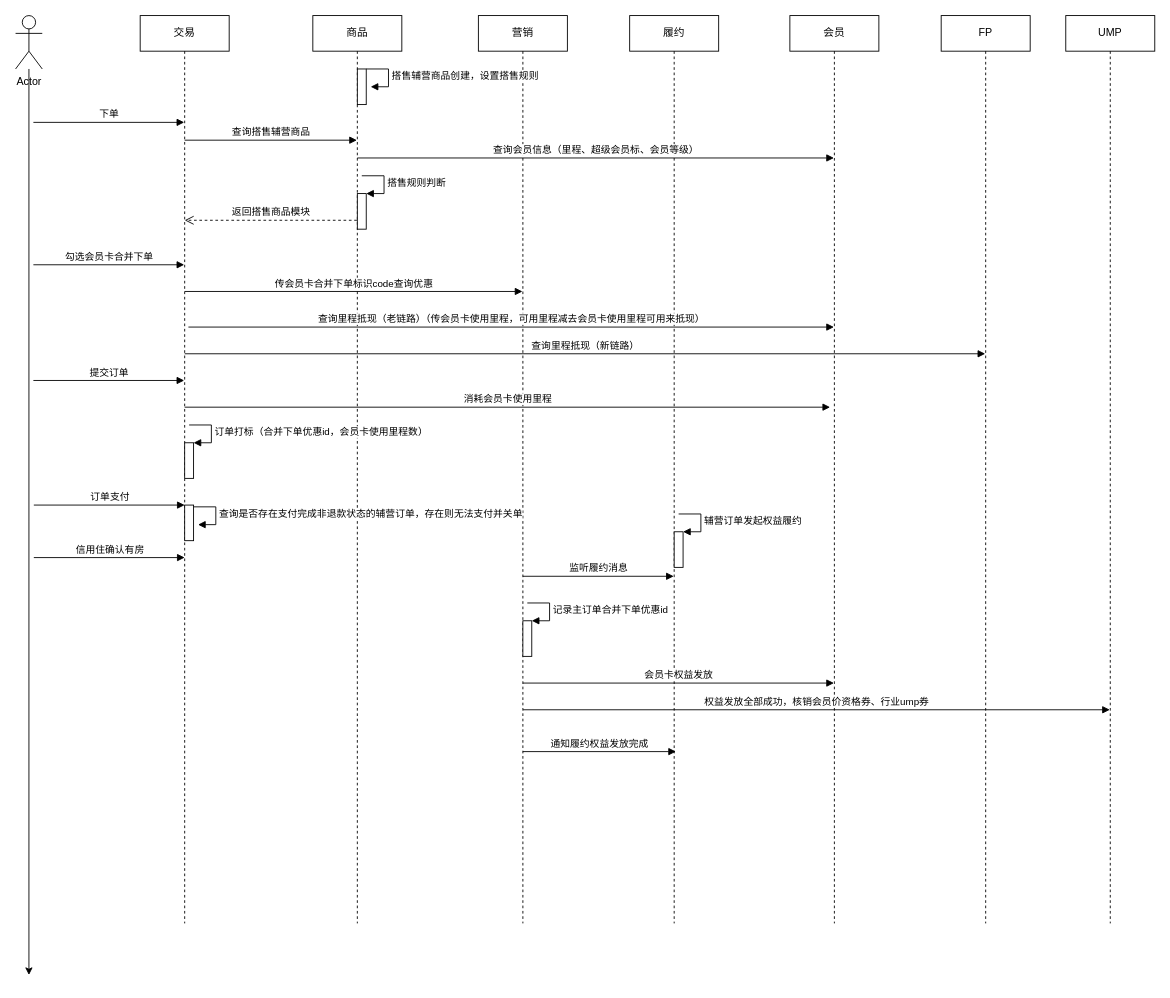
The draw.io diagram page "搭售正向流程" (6 of 8) of 付费权益.drawio in renqiuming/drawio, before the edit. Source tidied: cells renumbered, new cells numbered last; positions are measured from the earlier drawing's top-left corner, leaving out a move shared by most shapes. Both pictures are drawn from the tidied source at 89%, with x=0, y=0 at pixel (15, 15).
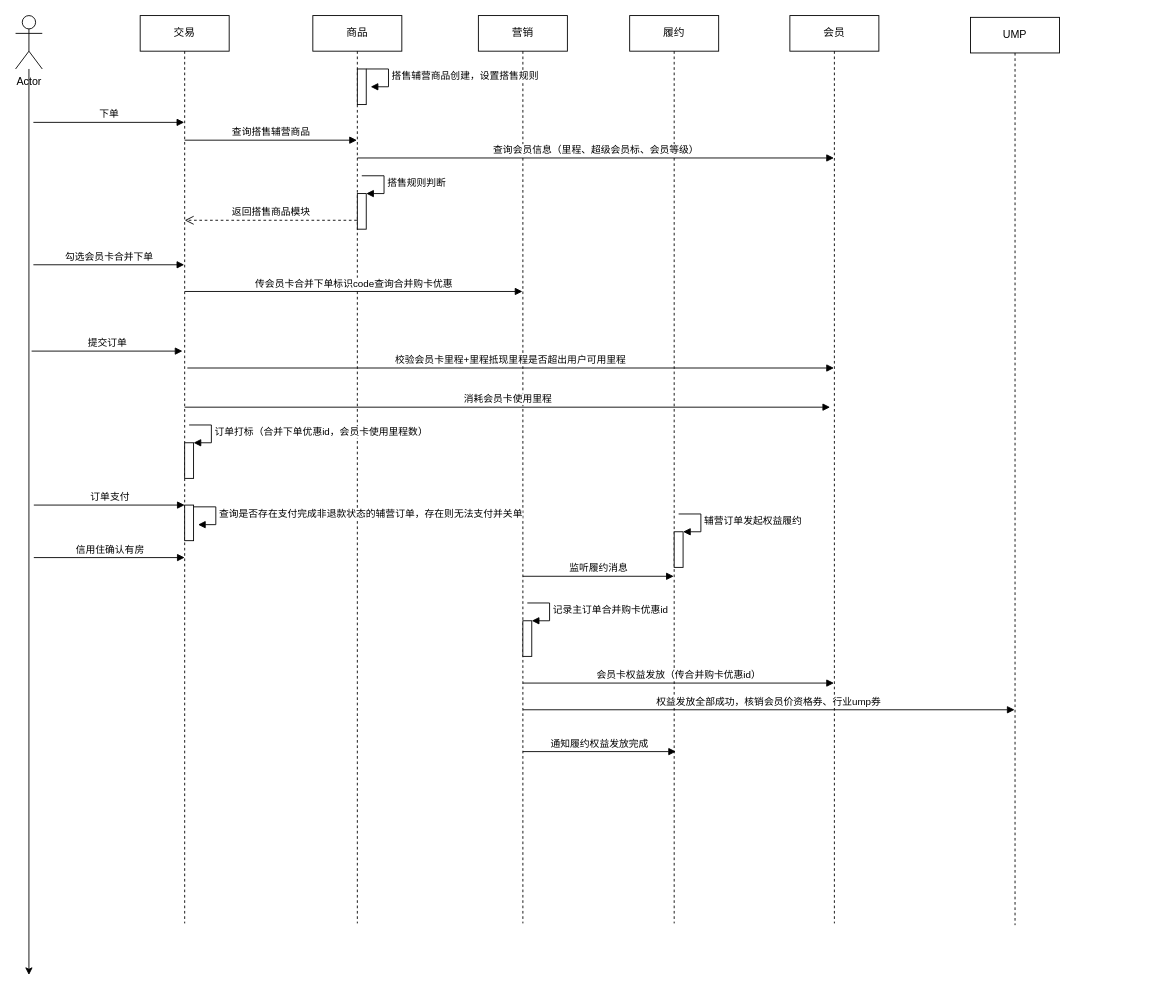
Above is the later version.

Unchanged cells that the change refers to:
```xml
<mxCell id="10" value="营销" style="shape=umlLifeline;perimeter=lifelinePerimeter;whiteSpace=wrap;html=1;outlineConnect=0;" parent="1" vertex="1">
  <mxGeometry x="520" width="100" height="1020" as="geometry" />
</mxCell>
<mxCell id="12" value="会员" style="shape=umlLifeline;perimeter=lifelinePerimeter;whiteSpace=wrap;html=1;outlineConnect=0;" parent="1" vertex="1">
  <mxGeometry x="870" width="100" height="1020" as="geometry" />
</mxCell>
<mxCell id="30" style="html=1;points=[];perimeter=orthogonalPerimeter;" parent="1" vertex="1">
  <mxGeometry x="570" y="680" width="10" height="40" as="geometry" />
</mxCell>
```

Diff of the diagram source:
```diff
@@
-    <mxCell id="17" value="传会员卡合并下单标识code查询优惠" style="html=1;verticalAlign=bottom;endArrow=block;" parent="1" edge="1" target="10">
+    <mxCell id="17" value="传会员卡合并下单标识code查询合并购卡优惠" style="html=1;verticalAlign=bottom;endArrow=block;" parent="1" edge="1" target="10">
       <mxGeometry relative="1" as="geometry">
         <mxPoint x="190" y="310" as="sourcePoint" />
       </mxGeometry>
     </mxCell>
     <mxCell id="18" value="提交订单" style="html=1;verticalAlign=bottom;endArrow=block;" parent="1" edge="1">
       <mxGeometry relative="1" as="geometry">
-        <mxPoint x="20" y="410" as="sourcePoint" />
-        <mxPoint x="189.5" y="410" as="targetPoint" />
+        <mxPoint x="18" y="377" as="sourcePoint" />
+        <mxPoint x="187.5" y="377" as="targetPoint" />
       </mxGeometry>
     </mxCell>
-    <mxCell id="19" value="查询里程抵现（老链路）（传会员卡使用里程，可用里程减去会员卡使用里程可用来抵现）" style="html=1;verticalAlign=bottom;endArrow=block;" parent="1" edge="1" target="12">
-      <mxGeometry relative="1" as="geometry">
-        <mxPoint x="194.2" y="350" as="sourcePoint" />
-      </mxGeometry>
-    </mxCell>
@@
-    <mxCell id="22" value="FP" style="shape=umlLifeline;perimeter=lifelinePerimeter;whiteSpace=wrap;html=1;outlineConnect=0;" parent="1" vertex="1">
-      <mxGeometry x="1040" width="100" height="1020" as="geometry" />
-    </mxCell>
-    <mxCell id="23" value="查询里程抵现（新链路）" style="html=1;verticalAlign=bottom;endArrow=block;" parent="1" edge="1" target="22">
-      <mxGeometry relative="1" as="geometry">
-        <mxPoint x="190" y="380" as="sourcePoint" />
-      </mxGeometry>
-    </mxCell>
@@
-    <mxCell id="31" value="记录主订单合并下单优惠id" style="edgeStyle=orthogonalEdgeStyle;html=1;align=left;spacingLeft=2;endArrow=block;rounded=0;entryX=1;entryY=0;" parent="1" edge="1" target="30">
+    <mxCell id="31" value="记录主订单合并购卡优惠id" style="edgeStyle=orthogonalEdgeStyle;html=1;align=left;spacingLeft=2;endArrow=block;rounded=0;entryX=1;entryY=0;" parent="1" edge="1" target="30">
       <mxGeometry relative="1" as="geometry">
         <mxPoint x="575" y="660" as="sourcePoint" />
         <Array as="points">
           <mxPoint x="600" y="660" />
         </Array>
       </mxGeometry>
     </mxCell>
@@
-    <mxCell id="34" value="会员卡权益发放" style="html=1;verticalAlign=bottom;endArrow=block;" parent="1" edge="1" target="12">
+    <mxCell id="34" value="会员卡权益发放（传合并购卡优惠id）" style="html=1;verticalAlign=bottom;endArrow=block;" parent="1" edge="1" target="12">
       <mxGeometry relative="1" as="geometry">
         <mxPoint x="570" y="750" as="sourcePoint" />
       </mxGeometry>
     </mxCell>
@@
     <mxCell id="36" value="UMP" style="shape=umlLifeline;perimeter=lifelinePerimeter;whiteSpace=wrap;html=1;outlineConnect=0;" parent="1" vertex="1">
-      <mxGeometry x="1180" width="100" height="1020" as="geometry" />
+      <mxGeometry x="1073" y="2" width="100" height="1020" as="geometry" />
     </mxCell>
@@
+    <mxCell id="39" value="校验会员卡里程+里程抵现里程是否超出用户可用里程" style="html=1;verticalAlign=bottom;endArrow=block;" parent="1" edge="1" target="12">
+      <mxGeometry relative="1" as="geometry">
+        <mxPoint x="193" y="396" as="sourcePoint" />
+      </mxGeometry>
+    </mxCell>
```
